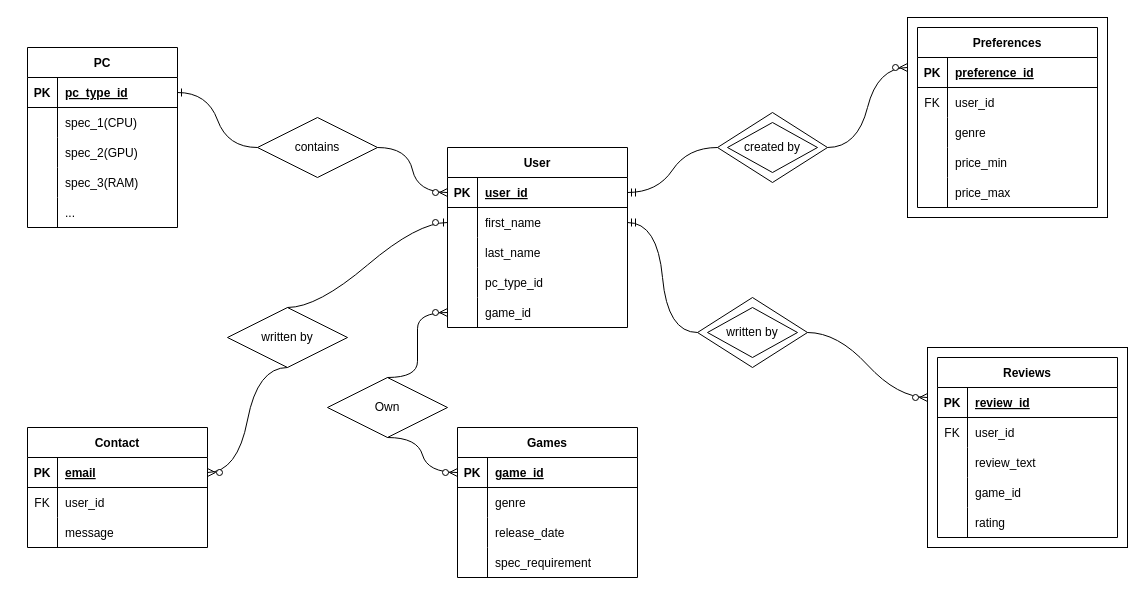
cs411-alawini/sp23-cs411-team057-NYRN keeps this draw.io diagram as stage2_ER_diagram.drawio. Above is the earlier version. Source tidied: cells renumbered, new cells numbered last; positions are measured from the earlier drawing's top-left corner, leaving out a move shared by most shapes. Both pictures are drawn from the tidied source at 100%, with x=0, y=0 at pixel (27, 17).
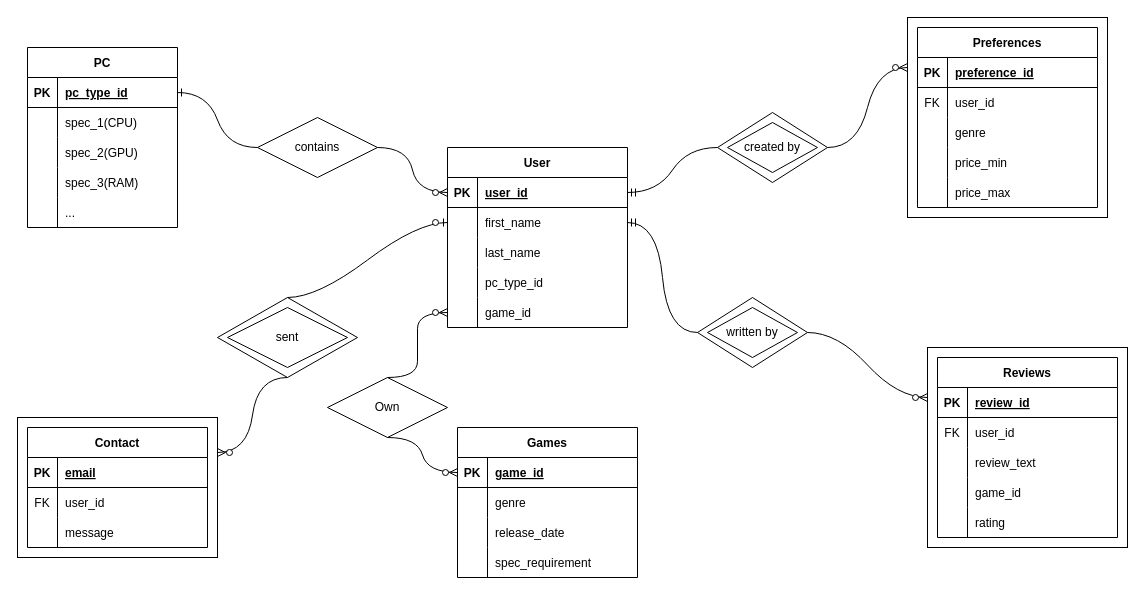
After the change.

Commit message:
Make Contact as a weak entity.drawio

The change refers to these unchanged cells:
```xml
<mxCell id="24" style="shape=tableRow;horizontal=0;startSize=0;swimlaneHead=0;swimlaneBody=0;fillColor=none;points=[[0,0.5],[1,0.5]];portConstraint=eastwest;top=0;left=0;right=0;bottom=0;" parent="20" vertex="1">
  <mxGeometry y="60" width="180" height="30" as="geometry" />
</mxCell>
<mxCell id="50" style="shape=tableRow;horizontal=0;startSize=0;swimlaneHead=0;swimlaneBody=0;fillColor=none;points=[[0,0.5],[1,0.5]];portConstraint=eastwest;top=0;left=0;right=0;bottom=1;" parent="49" vertex="1">
  <mxGeometry y="30" width="180" height="30" as="geometry" />
</mxCell>
```

The edit, as a diff of the source:
```diff
@@
+    <mxCell id="108" style="rounded=0;whiteSpace=wrap;html=1;fillColor=none;" parent="1" vertex="1">
+      <mxGeometry x="-10" y="400" width="200" height="140" as="geometry" />
+    </mxCell>
@@
-    <mxCell id="105" value="written by" style="shape=rhombus;perimeter=rhombusPerimeter;whiteSpace=wrap;html=1;align=center;fillColor=none;" parent="1" vertex="1">
+    <mxCell id="105" value="sent" style="shape=rhombus;perimeter=rhombusPerimeter;whiteSpace=wrap;html=1;align=center;fillColor=none;" parent="1" vertex="1">
       <mxGeometry x="200" y="290" width="120" height="60" as="geometry" />
     </mxCell>
-    <mxCell id="106" style="edgeStyle=entityRelationEdgeStyle;fontSize=12;html=1;endArrow=ERzeroToOne;endFill=1;curved=1;entryX=0;entryY=0.5;entryDx=0;entryDy=0;exitX=0.5;exitY=0;exitDx=0;exitDy=0;" parent="1" edge="1" source="105" target="24">
+    <mxCell id="106" style="edgeStyle=entityRelationEdgeStyle;fontSize=12;html=1;endArrow=ERzeroToOne;endFill=1;curved=1;entryX=0;entryY=0.5;entryDx=0;entryDy=0;exitX=0.5;exitY=0;exitDx=0;exitDy=0;" parent="1" edge="1" source="109" target="24">
       <mxGeometry relative="1" as="geometry" />
     </mxCell>
-    <mxCell id="107" style="edgeStyle=entityRelationEdgeStyle;fontSize=12;html=1;endArrow=ERzeroToMany;endFill=1;curved=1;exitX=0.5;exitY=1;exitDx=0;exitDy=0;" parent="1" edge="1" source="105" target="50">
+    <mxCell id="107" style="edgeStyle=entityRelationEdgeStyle;fontSize=12;html=1;endArrow=ERzeroToMany;endFill=1;curved=1;exitX=0.5;exitY=1;exitDx=0;exitDy=0;entryX=1;entryY=0.25;entryDx=0;entryDy=0;" parent="1" edge="1" source="109" target="108">
       <mxGeometry relative="1" as="geometry" />
     </mxCell>
+    <mxCell id="109" style="rhombus;whiteSpace=wrap;html=1;fillColor=none;" parent="1" vertex="1">
+      <mxGeometry x="190" y="280" width="140" height="80" as="geometry" />
+    </mxCell>
```
